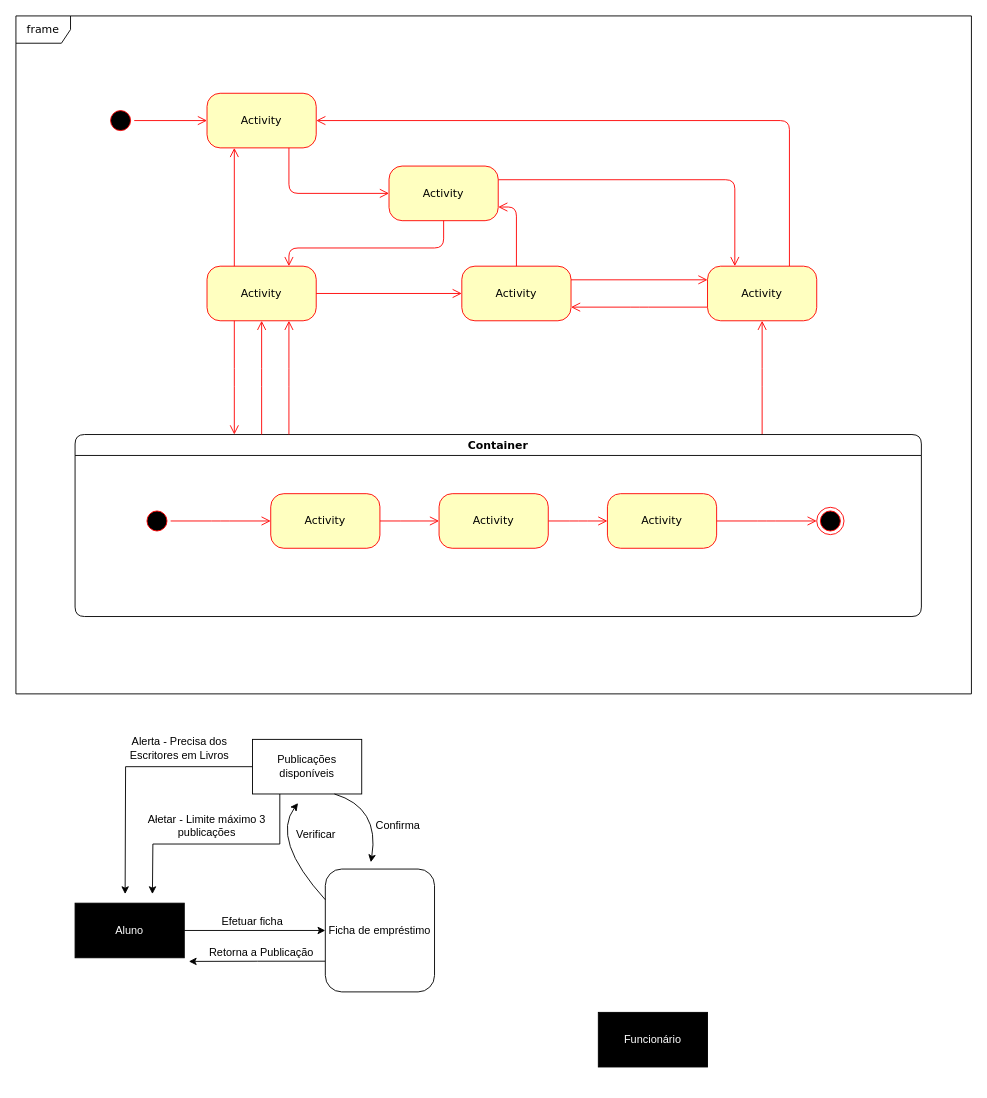
Above: Facul/PDS.drawio in HansRafael/projects (draw.io), before the change. Source tidied: cells renumbered, new cells numbered last; positions are measured from the earlier drawing's top-left corner, leaving out a move shared by most shapes. Both pictures are drawn from the tidied source at 91%, with x=0, y=0 at pixel (15, 15).
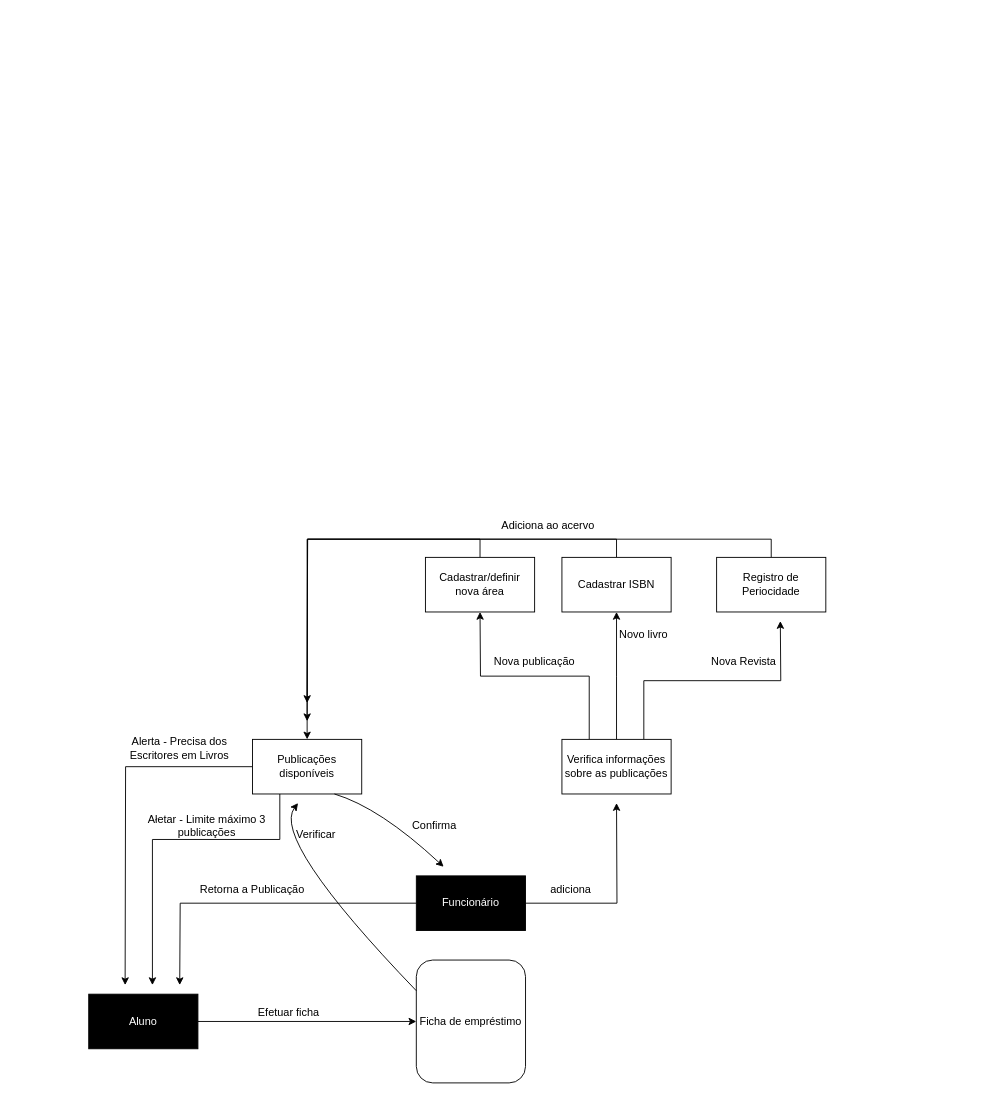
Above is the later version.

Unchanged cells that the change refers to:
```xml
<mxCell id="40" value="Publicações disponíveis" style="rounded=0;whiteSpace=wrap;html=1;fontColor=#000000;fillColor=#FFFFFF;" parent="1" vertex="1">
  <mxGeometry x="260" y="795" width="120" height="60" as="geometry" />
</mxCell>
```

Change to the diagram source:
```diff
@@
-    <mxCell id="2" style="ellipse;html=1;shape=startState;fillColor=#000000;strokeColor=#ff0000;rounded=1;shadow=0;comic=0;labelBackgroundColor=none;fontFamily=Verdana;fontSize=12;fontColor=#000000;align=center;direction=south;" parent="1" vertex="1">
-      <mxGeometry x="100" y="100" width="30" height="30" as="geometry" />
-    </mxCell>
-    <mxCell id="3" value="Activity" style="rounded=1;whiteSpace=wrap;html=1;arcSize=24;fillColor=#ffffc0;strokeColor=#ff0000;shadow=0;comic=0;labelBackgroundColor=none;fontFamily=Verdana;fontSize=12;fontColor=#000000;align=center;" parent="1" vertex="1">
-      <mxGeometry x="210" y="275" width="120" height="60" as="geometry" />
-    </mxCell>
-    <mxCell id="4" value="Activity" style="rounded=1;whiteSpace=wrap;html=1;arcSize=24;fillColor=#ffffc0;strokeColor=#ff0000;shadow=0;comic=0;labelBackgroundColor=none;fontFamily=Verdana;fontSize=12;fontColor=#000000;align=center;" parent="1" vertex="1">
-      <mxGeometry x="210" y="85" width="120" height="60" as="geometry" />
-    </mxCell>
-    <mxCell id="5" style="edgeStyle=orthogonalEdgeStyle;html=1;exitX=1;exitY=0.25;entryX=0.25;entryY=0;labelBackgroundColor=none;endArrow=open;endSize=8;strokeColor=#ff0000;fontFamily=Verdana;fontSize=12;align=left;" parent="1" edge="1" source="6" target="9">
-      <mxGeometry relative="1" as="geometry" />
-    </mxCell>
-    <mxCell id="6" value="Activity" style="rounded=1;whiteSpace=wrap;html=1;arcSize=24;fillColor=#ffffc0;strokeColor=#ff0000;shadow=0;comic=0;labelBackgroundColor=none;fontFamily=Verdana;fontSize=12;fontColor=#000000;align=center;" parent="1" vertex="1">
-      <mxGeometry x="410" y="165" width="120" height="60" as="geometry" />
-    </mxCell>
-    <mxCell id="7" style="edgeStyle=orthogonalEdgeStyle;html=1;exitX=0.75;exitY=0;entryX=1;entryY=0.5;labelBackgroundColor=none;endArrow=open;endSize=8;strokeColor=#ff0000;fontFamily=Verdana;fontSize=12;align=left;" parent="1" edge="1" source="9" target="4">
-      <mxGeometry relative="1" as="geometry">
-        <Array as="points">
-          <mxPoint x="850" y="115" />
-        </Array>
-      </mxGeometry>
-    </mxCell>
-    <mxCell id="8" style="edgeStyle=elbowEdgeStyle;html=1;exitX=0;exitY=0.75;entryX=1;entryY=0.75;labelBackgroundColor=none;endArrow=open;endSize=8;strokeColor=#ff0000;fontFamily=Verdana;fontSize=12;align=left;" parent="1" edge="1" source="9" target="10">
-      <mxGeometry relative="1" as="geometry" />
-    </mxCell>
-    <mxCell id="9" value="Activity" style="rounded=1;whiteSpace=wrap;html=1;arcSize=24;fillColor=#ffffc0;strokeColor=#ff0000;shadow=0;comic=0;labelBackgroundColor=none;fontFamily=Verdana;fontSize=12;fontColor=#000000;align=center;" parent="1" vertex="1">
-      <mxGeometry x="760" y="275" width="120" height="60" as="geometry" />
-    </mxCell>
-    <mxCell id="10" value="Activity" style="rounded=1;whiteSpace=wrap;html=1;arcSize=24;fillColor=#ffffc0;strokeColor=#ff0000;shadow=0;comic=0;labelBackgroundColor=none;fontFamily=Verdana;fontSize=12;fontColor=#000000;align=center;" parent="1" vertex="1">
-      <mxGeometry x="490" y="275" width="120" height="60" as="geometry" />
-    </mxCell>
-    <mxCell id="11" style="edgeStyle=elbowEdgeStyle;html=1;labelBackgroundColor=none;endArrow=open;endSize=8;strokeColor=#ff0000;fontFamily=Verdana;fontSize=12;align=left;" parent="1" edge="1" source="12" target="9">
-      <mxGeometry relative="1" as="geometry" />
-    </mxCell>
-    <mxCell id="12" value="Container" style="swimlane;whiteSpace=wrap;html=1;rounded=1;shadow=0;comic=0;labelBackgroundColor=none;strokeWidth=1;fontFamily=Verdana;fontSize=12;align=center;" parent="1" vertex="1">
-      <mxGeometry x="65" y="460" width="930" height="200" as="geometry" />
-    </mxCell>
-    <mxCell id="13" style="edgeStyle=elbowEdgeStyle;html=1;labelBackgroundColor=none;endArrow=open;endSize=8;strokeColor=#ff0000;fontFamily=Verdana;fontSize=12;align=left;" parent="12" edge="1" source="14" target="19">
-      <mxGeometry relative="1" as="geometry" />
-    </mxCell>
-    <mxCell id="14" value="Activity" style="rounded=1;whiteSpace=wrap;html=1;arcSize=24;fillColor=#ffffc0;strokeColor=#ff0000;shadow=0;comic=0;labelBackgroundColor=none;fontFamily=Verdana;fontSize=12;fontColor=#000000;align=center;" parent="12" vertex="1">
-      <mxGeometry x="215" y="65" width="120" height="60" as="geometry" />
-    </mxCell>
-    <mxCell id="15" style="ellipse;html=1;shape=endState;fillColor=#000000;strokeColor=#ff0000;rounded=1;shadow=0;comic=0;labelBackgroundColor=none;fontFamily=Verdana;fontSize=12;fontColor=#000000;align=center;" parent="12" vertex="1">
-      <mxGeometry x="815" y="80" width="30" height="30" as="geometry" />
-    </mxCell>
-    <mxCell id="16" style="edgeStyle=elbowEdgeStyle;html=1;labelBackgroundColor=none;endArrow=open;endSize=8;strokeColor=#ff0000;fontFamily=Verdana;fontSize=12;align=left;" parent="12" edge="1" source="17" target="14">
-      <mxGeometry relative="1" as="geometry" />
-    </mxCell>
-    <mxCell id="17" style="ellipse;html=1;shape=startState;fillColor=#000000;strokeColor=#ff0000;rounded=1;shadow=0;comic=0;labelBackgroundColor=none;fontFamily=Verdana;fontSize=12;fontColor=#000000;align=center;direction=south;" parent="12" vertex="1">
-      <mxGeometry x="75" y="80" width="30" height="30" as="geometry" />
-    </mxCell>
-    <mxCell id="18" style="edgeStyle=elbowEdgeStyle;html=1;labelBackgroundColor=none;endArrow=open;endSize=8;strokeColor=#ff0000;fontFamily=Verdana;fontSize=12;align=left;" parent="12" edge="1" source="19" target="21">
-      <mxGeometry relative="1" as="geometry" />
-    </mxCell>
-    <mxCell id="19" value="Activity" style="rounded=1;whiteSpace=wrap;html=1;arcSize=24;fillColor=#ffffc0;strokeColor=#ff0000;shadow=0;comic=0;labelBackgroundColor=none;fontFamily=Verdana;fontSize=12;fontColor=#000000;align=center;" parent="12" vertex="1">
-      <mxGeometry x="400" y="65" width="120" height="60" as="geometry" />
-    </mxCell>
-    <mxCell id="20" style="edgeStyle=elbowEdgeStyle;html=1;labelBackgroundColor=none;endArrow=open;endSize=8;strokeColor=#ff0000;fontFamily=Verdana;fontSize=12;align=left;" parent="12" edge="1" source="21" target="15">
-      <mxGeometry relative="1" as="geometry" />
-    </mxCell>
-    <mxCell id="21" value="Activity" style="rounded=1;whiteSpace=wrap;html=1;arcSize=24;fillColor=#ffffc0;strokeColor=#ff0000;shadow=0;comic=0;labelBackgroundColor=none;fontFamily=Verdana;fontSize=12;fontColor=#000000;align=center;" parent="12" vertex="1">
-      <mxGeometry x="585" y="65" width="120" height="60" as="geometry" />
-    </mxCell>
-    <mxCell id="22" value="frame" style="shape=umlFrame;whiteSpace=wrap;html=1;rounded=1;shadow=0;comic=0;labelBackgroundColor=none;strokeWidth=1;fontFamily=Verdana;fontSize=12;align=center;" parent="1" vertex="1">
-      <mxGeometry width="1050" height="745" as="geometry" />
-    </mxCell>
-    <mxCell id="23" style="edgeStyle=orthogonalEdgeStyle;html=1;labelBackgroundColor=none;endArrow=open;endSize=8;strokeColor=#ff0000;fontFamily=Verdana;fontSize=12;align=left;" parent="1" edge="1" source="2" target="4">
-      <mxGeometry relative="1" as="geometry" />
-    </mxCell>
-    <mxCell id="24" style="edgeStyle=orthogonalEdgeStyle;html=1;labelBackgroundColor=none;endArrow=open;endSize=8;strokeColor=#ff0000;fontFamily=Verdana;fontSize=12;align=left;entryX=0;entryY=0.5;" parent="1" edge="1" source="4" target="6">
-      <mxGeometry relative="1" as="geometry">
-        <Array as="points">
-          <mxPoint x="300" y="195" />
-        </Array>
-      </mxGeometry>
-    </mxCell>
-    <mxCell id="25" style="edgeStyle=orthogonalEdgeStyle;html=1;entryX=0.75;entryY=0;labelBackgroundColor=none;endArrow=open;endSize=8;strokeColor=#ff0000;fontFamily=Verdana;fontSize=12;align=left;exitX=0.5;exitY=1;" parent="1" edge="1" source="6" target="3">
-      <mxGeometry relative="1" as="geometry">
-        <Array as="points">
-          <mxPoint x="470" y="255" />
-          <mxPoint x="300" y="255" />
-        </Array>
-      </mxGeometry>
-    </mxCell>
-    <mxCell id="26" style="edgeStyle=orthogonalEdgeStyle;html=1;exitX=0.25;exitY=0;entryX=0.25;entryY=1;labelBackgroundColor=none;endArrow=open;endSize=8;strokeColor=#ff0000;fontFamily=Verdana;fontSize=12;align=left;" parent="1" edge="1" source="3" target="4">
-      <mxGeometry relative="1" as="geometry" />
-    </mxCell>
-    <mxCell id="27" style="edgeStyle=orthogonalEdgeStyle;html=1;exitX=1;exitY=0.5;entryX=0;entryY=0.5;labelBackgroundColor=none;endArrow=open;endSize=8;strokeColor=#ff0000;fontFamily=Verdana;fontSize=12;align=left;" parent="1" edge="1" source="3" target="10">
-      <mxGeometry relative="1" as="geometry" />
-    </mxCell>
-    <mxCell id="28" style="edgeStyle=orthogonalEdgeStyle;html=1;exitX=0.5;exitY=0;entryX=1;entryY=0.75;labelBackgroundColor=none;endArrow=open;endSize=8;strokeColor=#ff0000;fontFamily=Verdana;fontSize=12;align=left;" parent="1" edge="1" source="10" target="6">
-      <mxGeometry relative="1" as="geometry" />
-    </mxCell>
-    <mxCell id="29" style="edgeStyle=orthogonalEdgeStyle;html=1;exitX=1;exitY=0.25;entryX=0;entryY=0.25;labelBackgroundColor=none;endArrow=open;endSize=8;strokeColor=#ff0000;fontFamily=Verdana;fontSize=12;align=left;" parent="1" edge="1" source="10" target="9">
-      <mxGeometry relative="1" as="geometry" />
-    </mxCell>
-    <mxCell id="30" style="edgeStyle=elbowEdgeStyle;html=1;labelBackgroundColor=none;endArrow=open;endSize=8;strokeColor=#ff0000;fontFamily=Verdana;fontSize=12;align=left;entryX=0.75;entryY=1;" parent="1" edge="1" source="12" target="3">
-      <mxGeometry relative="1" as="geometry" />
-    </mxCell>
-    <mxCell id="31" style="edgeStyle=elbowEdgeStyle;html=1;labelBackgroundColor=none;endArrow=open;endSize=8;strokeColor=#ff0000;fontFamily=Verdana;fontSize=12;align=left;entryX=0.5;entryY=1;" parent="1" edge="1" source="12" target="3">
-      <mxGeometry relative="1" as="geometry" />
-    </mxCell>
-    <mxCell id="32" style="edgeStyle=elbowEdgeStyle;html=1;labelBackgroundColor=none;endArrow=open;endSize=8;strokeColor=#ff0000;fontFamily=Verdana;fontSize=12;align=left;exitX=0.25;exitY=1;" parent="1" edge="1" source="3" target="12">
-      <mxGeometry relative="1" as="geometry" />
-    </mxCell>
@@
     <mxCell id="34" value="Aluno" style="rounded=0;whiteSpace=wrap;html=1;fillColor=#000000;fontColor=#FFFFFF;" parent="1" vertex="1">
-      <mxGeometry x="65" y="975" width="120" height="60" as="geometry" />
+      <mxGeometry x="80" y="1075" width="120" height="60" as="geometry" />
     </mxCell>
-    <mxCell id="35" style="edgeStyle=orthogonalEdgeStyle;rounded=0;jettySize=auto;html=1;exitX=0;exitY=0.75;exitDx=0;exitDy=0;fontColor=#000000;" parent="1" edge="1" source="36">
-      <mxGeometry relative="1" as="geometry">
-        <mxPoint x="190" y="1039" as="targetPoint" />
-      </mxGeometry>
-    </mxCell>
     <mxCell id="36" value="Ficha de empréstimo" style="rounded=1;whiteSpace=wrap;html=1;" parent="1" vertex="1">
-      <mxGeometry x="340" y="937.5" width="120" height="135" as="geometry" />
+      <mxGeometry x="440" y="1037.5" width="120" height="135" as="geometry" />
     </mxCell>
     <mxCell id="37" value="Efetuar ficha" style="text;html=1;strokeColor=none;fillColor=none;align=center;verticalAlign=middle;whiteSpace=wrap;rounded=0;" parent="1" vertex="1">
-      <mxGeometry x="190" y="985" width="140" height="20" as="geometry" />
+      <mxGeometry x="230" y="1085" width="140" height="20" as="geometry" />
     </mxCell>
     <mxCell id="38" style="edgeStyle=orthogonalEdgeStyle;rounded=0;jettySize=auto;html=1;exitX=0;exitY=0.5;exitDx=0;exitDy=0;fontColor=#000000;" parent="1" edge="1" source="40">
       <mxGeometry relative="1" as="geometry">
-        <mxPoint x="120" y="965" as="targetPoint" />
+        <mxPoint x="120" y="1065" as="targetPoint" />
       </mxGeometry>
     </mxCell>
     <mxCell id="39" style="edgeStyle=orthogonalEdgeStyle;rounded=0;jettySize=auto;html=1;exitX=0.25;exitY=1;exitDx=0;exitDy=0;fontColor=#000000;" parent="1" edge="1" source="40">
       <mxGeometry relative="1" as="geometry">
-        <mxPoint x="150" y="965" as="targetPoint" />
+        <mxPoint x="150" y="1065" as="targetPoint" />
+        <Array as="points">
+          <mxPoint x="290" y="905" />
+          <mxPoint x="150" y="905" />
+        </Array>
       </mxGeometry>
     </mxCell>
@@
+    <mxCell id="49" style="edgeStyle=orthogonalEdgeStyle;rounded=0;jettySize=auto;html=1;" parent="1" edge="1" source="41">
+      <mxGeometry relative="1" as="geometry">
+        <mxPoint x="660" y="865" as="targetPoint" />
+      </mxGeometry>
+    </mxCell>
+    <mxCell id="50" style="edgeStyle=orthogonalEdgeStyle;rounded=0;jettySize=auto;html=1;" parent="1" edge="1" source="41">
+      <mxGeometry relative="1" as="geometry">
+        <mxPoint x="180" y="1065" as="targetPoint" />
+      </mxGeometry>
+    </mxCell>
     <mxCell id="41" value="Funcionário" style="rounded=0;whiteSpace=wrap;html=1;fillColor=#000000;fontColor=#FFFFFF;" parent="1" vertex="1">
-      <mxGeometry x="640" y="1095" width="120" height="60" as="geometry" />
+      <mxGeometry x="440" y="945" width="120" height="60" as="geometry" />
     </mxCell>
@@
     <mxCell id="46" style="curved=1;endArrow=classic;html=1;rounded=0;fontColor=#000000;exitX=0.75;exitY=1;exitDx=0;exitDy=0;" parent="1" edge="1" source="40">
       <mxGeometry relative="1" as="geometry">
-        <mxPoint x="390" y="930" as="targetPoint" />
+        <mxPoint x="470" y="935" as="targetPoint" />
         <Array as="points">
           <mxPoint x="400" y="870" />
         </Array>
       </mxGeometry>
     </mxCell>
     <mxCell id="47" value="Confirma" style="text;html=1;strokeColor=none;fillColor=none;align=center;verticalAlign=middle;whiteSpace=wrap;rounded=0;fontColor=#000000;" parent="1" vertex="1">
-      <mxGeometry x="390" y="875" width="60" height="30" as="geometry" />
+      <mxGeometry x="430" y="875" width="60" height="30" as="geometry" />
     </mxCell>
     <mxCell id="48" value="Retorna a Publicação" style="text;html=1;strokeColor=none;fillColor=none;align=center;verticalAlign=middle;whiteSpace=wrap;rounded=0;fontColor=#000000;" parent="1" vertex="1">
-      <mxGeometry x="200" y="1015" width="140" height="30" as="geometry" />
+      <mxGeometry x="190" y="945" width="140" height="30" as="geometry" />
     </mxCell>
+    <mxCell id="51" style="edgeStyle=orthogonalEdgeStyle;rounded=0;jettySize=auto;html=1;exitX=0.25;exitY=0;exitDx=0;exitDy=0;" parent="1" edge="1" source="54">
+      <mxGeometry relative="1" as="geometry">
+        <mxPoint x="510" y="655" as="targetPoint" />
+      </mxGeometry>
+    </mxCell>
+    <mxCell id="52" style="edgeStyle=orthogonalEdgeStyle;rounded=0;jettySize=auto;html=1;exitX=0.5;exitY=0;exitDx=0;exitDy=0;" parent="1" edge="1" source="54">
+      <mxGeometry relative="1" as="geometry">
+        <mxPoint x="660" y="655" as="targetPoint" />
+      </mxGeometry>
+    </mxCell>
+    <mxCell id="53" style="edgeStyle=orthogonalEdgeStyle;rounded=0;jettySize=auto;html=1;exitX=0.75;exitY=0;exitDx=0;exitDy=0;" parent="1" edge="1" source="54">
+      <mxGeometry relative="1" as="geometry">
+        <mxPoint x="840" y="665" as="targetPoint" />
+      </mxGeometry>
+    </mxCell>
+    <mxCell id="54" value="Verifica informações sobre as publicações" style="rounded=0;whiteSpace=wrap;html=1;fontColor=#000000;fillColor=#FFFFFF;" parent="1" vertex="1">
+      <mxGeometry x="600" y="795" width="120" height="60" as="geometry" />
+    </mxCell>
+    <mxCell id="55" value="adiciona" style="text;html=1;strokeColor=none;fillColor=none;align=center;verticalAlign=middle;whiteSpace=wrap;rounded=0;" parent="1" vertex="1">
+      <mxGeometry x="580" y="945" width="60" height="30" as="geometry" />
+    </mxCell>
+    <mxCell id="56" style="edgeStyle=orthogonalEdgeStyle;rounded=0;jettySize=auto;html=1;exitX=0.5;exitY=0;exitDx=0;exitDy=0;entryX=0.5;entryY=0;entryDx=0;entryDy=0;" parent="1" edge="1" source="57" target="40">
+      <mxGeometry relative="1" as="geometry" />
+    </mxCell>
+    <mxCell id="57" value="Cadastrar/definir nova área" style="rounded=0;whiteSpace=wrap;html=1;fontColor=#000000;fillColor=#FFFFFF;" parent="1" vertex="1">
+      <mxGeometry x="450" y="595" width="120" height="60" as="geometry" />
+    </mxCell>
+    <mxCell id="58" value="Nova publicação" style="text;html=1;strokeColor=none;fillColor=none;align=center;verticalAlign=middle;whiteSpace=wrap;rounded=0;" parent="1" vertex="1">
+      <mxGeometry x="510" y="695" width="120" height="30" as="geometry" />
+    </mxCell>
+    <mxCell id="59" value="Novo livro" style="text;html=1;strokeColor=none;fillColor=none;align=center;verticalAlign=middle;whiteSpace=wrap;rounded=0;" parent="1" vertex="1">
+      <mxGeometry x="630" y="665" width="120" height="30" as="geometry" />
+    </mxCell>
+    <mxCell id="60" value="Nova Revista" style="text;html=1;strokeColor=none;fillColor=none;align=center;verticalAlign=middle;whiteSpace=wrap;rounded=0;" parent="1" vertex="1">
+      <mxGeometry x="750" y="695" width="100" height="30" as="geometry" />
+    </mxCell>
+    <mxCell id="61" style="edgeStyle=orthogonalEdgeStyle;rounded=0;jettySize=auto;html=1;exitX=0.5;exitY=0;exitDx=0;exitDy=0;" parent="1" edge="1" source="62">
+      <mxGeometry relative="1" as="geometry">
+        <mxPoint x="320" y="775" as="targetPoint" />
+      </mxGeometry>
+    </mxCell>
+    <mxCell id="62" value="Cadastrar ISBN" style="rounded=0;whiteSpace=wrap;html=1;fontColor=#000000;fillColor=#FFFFFF;" parent="1" vertex="1">
+      <mxGeometry x="600" y="595" width="120" height="60" as="geometry" />
+    </mxCell>
+    <mxCell id="63" style="edgeStyle=orthogonalEdgeStyle;rounded=0;jettySize=auto;html=1;exitX=0.5;exitY=0;exitDx=0;exitDy=0;" parent="1" edge="1" source="64">
+      <mxGeometry relative="1" as="geometry">
+        <mxPoint x="320" y="755" as="targetPoint" />
+      </mxGeometry>
+    </mxCell>
+    <mxCell id="64" value="Registro de Periocidade" style="rounded=0;whiteSpace=wrap;html=1;fontColor=#000000;fillColor=#FFFFFF;" parent="1" vertex="1">
+      <mxGeometry x="770" y="595" width="120" height="60" as="geometry" />
+    </mxCell>
+    <mxCell id="65" value="Adiciona ao acervo" style="text;html=1;strokeColor=none;fillColor=none;align=center;verticalAlign=middle;whiteSpace=wrap;rounded=0;" parent="1" vertex="1">
+      <mxGeometry x="500" y="545" width="170" height="30" as="geometry" />
+    </mxCell>
```
